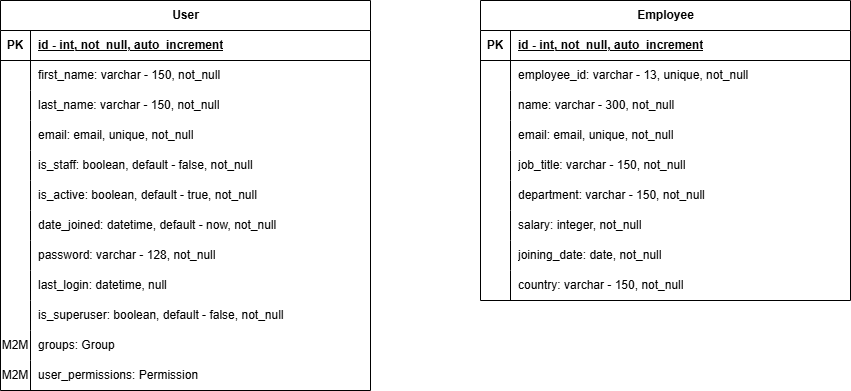
This is docs/ER Diagram.drawio.png from RaviBhalani/incubyte-salary-management-backend-service, a draw.io export, as it was before one commit. Source tidied: cells renumbered, new cells last; positions are measured from the earlier drawing's top-left corner, leaving out a move shared by most shapes. The source it was exported from:
```xml
<mxGraphModel>
  <root>
    <mxCell id="0" />
    <mxCell id="1" parent="0" />
    <mxCell id="2" value="User" style="shape=table;startSize=30;rowLines=0;fontStyle=1;align=center;html=1;" parent="1" vertex="1">
      <mxGeometry width="370" height="390" as="geometry" />
    </mxCell>
    <mxCell id="3" style="shape=tableRow;horizontal=0;startSize=0;swimlaneHead=0;swimlaneBody=0;fillColor=none;top=0;left=0;right=0;bottom=1;" parent="2" vertex="1">
      <mxGeometry y="30" width="370" height="30" as="geometry" />
    </mxCell>
    <mxCell id="4" value="PK" style="shape=partialRectangle;fillColor=none;top=0;left=0;bottom=0;right=0;fontStyle=1;overflow=hidden;whiteSpace=wrap;html=1;" parent="3" vertex="1">
      <mxGeometry width="30" height="30" as="geometry" />
    </mxCell>
    <mxCell id="5" value="id - int, not_null, auto_increment" style="shape=partialRectangle;fillColor=none;top=0;left=0;bottom=0;right=0;align=left;spacingLeft=6;fontStyle=5;overflow=hidden;whiteSpace=wrap;html=1;" parent="3" vertex="1">
      <mxGeometry x="30" width="340" height="30" as="geometry" />
    </mxCell>
    <mxCell id="6" style="shape=tableRow;horizontal=0;startSize=0;swimlaneHead=0;swimlaneBody=0;fillColor=none;top=0;left=0;right=0;bottom=0;" parent="2" vertex="1">
      <mxGeometry y="60" width="370" height="30" as="geometry" />
    </mxCell>
    <mxCell id="7" style="shape=partialRectangle;fillColor=none;top=0;left=0;bottom=0;right=0;overflow=hidden;whiteSpace=wrap;html=1;" parent="6" vertex="1">
      <mxGeometry width="30" height="30" as="geometry" />
    </mxCell>
    <mxCell id="8" value="&lt;span style=&quot;text-wrap-mode: nowrap;&quot;&gt;first_name: varchar - 150, not_null&lt;/span&gt;" style="shape=partialRectangle;fillColor=none;top=0;left=0;bottom=0;right=0;align=left;spacingLeft=6;overflow=hidden;whiteSpace=wrap;html=1;" parent="6" vertex="1">
      <mxGeometry x="30" width="340" height="30" as="geometry" />
    </mxCell>
    <mxCell id="9" style="shape=tableRow;horizontal=0;startSize=0;swimlaneHead=0;swimlaneBody=0;fillColor=none;top=0;left=0;right=0;bottom=0;" parent="2" vertex="1">
      <mxGeometry y="90" width="370" height="30" as="geometry" />
    </mxCell>
    <mxCell id="10" style="shape=partialRectangle;fillColor=none;top=0;left=0;bottom=0;right=0;overflow=hidden;whiteSpace=wrap;html=1;" parent="9" vertex="1">
      <mxGeometry width="30" height="30" as="geometry" />
    </mxCell>
    <mxCell id="11" value="&lt;span style=&quot;text-wrap-mode: nowrap;&quot;&gt;last_name: varchar - 150, not_null&lt;/span&gt;" style="shape=partialRectangle;fillColor=none;top=0;left=0;bottom=0;right=0;align=left;spacingLeft=6;overflow=hidden;whiteSpace=wrap;html=1;" parent="9" vertex="1">
      <mxGeometry x="30" width="340" height="30" as="geometry" />
    </mxCell>
    <mxCell id="12" style="shape=tableRow;horizontal=0;startSize=0;swimlaneHead=0;swimlaneBody=0;fillColor=none;top=0;left=0;right=0;bottom=0;" parent="2" vertex="1">
      <mxGeometry y="120" width="370" height="30" as="geometry" />
    </mxCell>
    <mxCell id="13" style="shape=partialRectangle;fillColor=none;top=0;left=0;bottom=0;right=0;overflow=hidden;whiteSpace=wrap;html=1;" parent="12" vertex="1">
      <mxGeometry width="30" height="30" as="geometry" />
    </mxCell>
    <mxCell id="14" value="&lt;span style=&quot;text-wrap-mode: nowrap;&quot;&gt;email: email, unique, not_null&lt;/span&gt;" style="shape=partialRectangle;fillColor=none;top=0;left=0;bottom=0;right=0;align=left;spacingLeft=6;overflow=hidden;whiteSpace=wrap;html=1;" parent="12" vertex="1">
      <mxGeometry x="30" width="340" height="30" as="geometry" />
    </mxCell>
    <mxCell id="15" style="shape=tableRow;horizontal=0;startSize=0;swimlaneHead=0;swimlaneBody=0;fillColor=none;top=0;left=0;right=0;bottom=0;" parent="2" vertex="1">
      <mxGeometry y="150" width="370" height="30" as="geometry" />
    </mxCell>
    <mxCell id="16" style="shape=partialRectangle;fillColor=none;top=0;left=0;bottom=0;right=0;overflow=hidden;whiteSpace=wrap;html=1;" parent="15" vertex="1">
      <mxGeometry width="30" height="30" as="geometry" />
    </mxCell>
    <mxCell id="17" value="is_staff: boolean, default - false, not_null" style="shape=partialRectangle;fillColor=none;top=0;left=0;bottom=0;right=0;align=left;spacingLeft=6;overflow=hidden;whiteSpace=wrap;html=1;" parent="15" vertex="1">
      <mxGeometry x="30" width="340" height="30" as="geometry" />
    </mxCell>
    <mxCell id="18" style="shape=tableRow;horizontal=0;startSize=0;swimlaneHead=0;swimlaneBody=0;fillColor=none;top=0;left=0;right=0;bottom=0;" parent="2" vertex="1">
      <mxGeometry y="180" width="370" height="30" as="geometry" />
    </mxCell>
    <mxCell id="19" style="shape=partialRectangle;fillColor=none;top=0;left=0;bottom=0;right=0;overflow=hidden;whiteSpace=wrap;html=1;" parent="18" vertex="1">
      <mxGeometry width="30" height="30" as="geometry" />
    </mxCell>
    <mxCell id="20" value="is_active: boolean, default - true, not_null" style="shape=partialRectangle;fillColor=none;top=0;left=0;bottom=0;right=0;align=left;spacingLeft=6;overflow=hidden;whiteSpace=wrap;html=1;" parent="18" vertex="1">
      <mxGeometry x="30" width="340" height="30" as="geometry" />
    </mxCell>
    <mxCell id="21" style="shape=tableRow;horizontal=0;startSize=0;swimlaneHead=0;swimlaneBody=0;fillColor=none;top=0;left=0;right=0;bottom=0;" parent="2" vertex="1">
      <mxGeometry y="210" width="370" height="30" as="geometry" />
    </mxCell>
    <mxCell id="22" style="shape=partialRectangle;fillColor=none;top=0;left=0;bottom=0;right=0;overflow=hidden;whiteSpace=wrap;html=1;" parent="21" vertex="1">
      <mxGeometry width="30" height="30" as="geometry" />
    </mxCell>
    <mxCell id="23" value="date_joined: datetime, default - now, not_null" style="shape=partialRectangle;fillColor=none;top=0;left=0;bottom=0;right=0;align=left;spacingLeft=6;overflow=hidden;whiteSpace=wrap;html=1;" parent="21" vertex="1">
      <mxGeometry x="30" width="340" height="30" as="geometry" />
    </mxCell>
    <mxCell id="24" style="shape=tableRow;horizontal=0;startSize=0;swimlaneHead=0;swimlaneBody=0;fillColor=none;top=0;left=0;right=0;bottom=0;" parent="2" vertex="1">
      <mxGeometry y="240" width="370" height="30" as="geometry" />
    </mxCell>
    <mxCell id="25" style="shape=partialRectangle;fillColor=none;top=0;left=0;bottom=0;right=0;overflow=hidden;whiteSpace=wrap;html=1;" parent="24" vertex="1">
      <mxGeometry width="30" height="30" as="geometry" />
    </mxCell>
    <mxCell id="26" value="password: varchar - 128, not_null" style="shape=partialRectangle;fillColor=none;top=0;left=0;bottom=0;right=0;align=left;spacingLeft=6;overflow=hidden;whiteSpace=wrap;html=1;" parent="24" vertex="1">
      <mxGeometry x="30" width="340" height="30" as="geometry" />
    </mxCell>
    <mxCell id="27" style="shape=tableRow;horizontal=0;startSize=0;swimlaneHead=0;swimlaneBody=0;fillColor=none;top=0;left=0;right=0;bottom=0;" parent="2" vertex="1">
      <mxGeometry y="270" width="370" height="30" as="geometry" />
    </mxCell>
    <mxCell id="28" style="shape=partialRectangle;fillColor=none;top=0;left=0;bottom=0;right=0;overflow=hidden;whiteSpace=wrap;html=1;" parent="27" vertex="1">
      <mxGeometry width="30" height="30" as="geometry" />
    </mxCell>
    <mxCell id="29" value="last_login: datetime, null" style="shape=partialRectangle;fillColor=none;top=0;left=0;bottom=0;right=0;align=left;spacingLeft=6;overflow=hidden;whiteSpace=wrap;html=1;" parent="27" vertex="1">
      <mxGeometry x="30" width="340" height="30" as="geometry" />
    </mxCell>
    <mxCell id="30" style="shape=tableRow;horizontal=0;startSize=0;swimlaneHead=0;swimlaneBody=0;fillColor=none;top=0;left=0;right=0;bottom=0;" parent="2" vertex="1">
      <mxGeometry y="300" width="370" height="30" as="geometry" />
    </mxCell>
    <mxCell id="31" style="shape=partialRectangle;fillColor=none;top=0;left=0;bottom=0;right=0;overflow=hidden;whiteSpace=wrap;html=1;" parent="30" vertex="1">
      <mxGeometry width="30" height="30" as="geometry" />
    </mxCell>
    <mxCell id="32" value="is_superuser: boolean, default - false, not_null" style="shape=partialRectangle;fillColor=none;top=0;left=0;bottom=0;right=0;align=left;spacingLeft=6;overflow=hidden;whiteSpace=wrap;html=1;" parent="30" vertex="1">
      <mxGeometry x="30" width="340" height="30" as="geometry" />
    </mxCell>
    <mxCell id="33" style="shape=tableRow;horizontal=0;startSize=0;swimlaneHead=0;swimlaneBody=0;fillColor=none;top=0;left=0;right=0;bottom=0;" parent="2" vertex="1">
      <mxGeometry y="330" width="370" height="30" as="geometry" />
    </mxCell>
    <mxCell id="34" value="M2M" style="shape=partialRectangle;fillColor=none;top=0;left=0;bottom=0;right=0;overflow=hidden;whiteSpace=wrap;html=1;" parent="33" vertex="1">
      <mxGeometry width="30" height="30" as="geometry" />
    </mxCell>
    <mxCell id="35" value="groups: Group" style="shape=partialRectangle;fillColor=none;top=0;left=0;bottom=0;right=0;align=left;spacingLeft=6;overflow=hidden;whiteSpace=wrap;html=1;" parent="33" vertex="1">
      <mxGeometry x="30" width="340" height="30" as="geometry" />
    </mxCell>
    <mxCell id="36" style="shape=tableRow;horizontal=0;startSize=0;swimlaneHead=0;swimlaneBody=0;fillColor=none;top=0;left=0;right=0;bottom=0;" parent="2" vertex="1">
      <mxGeometry y="360" width="370" height="30" as="geometry" />
    </mxCell>
    <mxCell id="37" value="M2M" style="shape=partialRectangle;fillColor=none;top=0;left=0;bottom=0;right=0;overflow=hidden;whiteSpace=wrap;html=1;" parent="36" vertex="1">
      <mxGeometry width="30" height="30" as="geometry" />
    </mxCell>
    <mxCell id="38" value="user_permissions: Permission" style="shape=partialRectangle;fillColor=none;top=0;left=0;bottom=0;right=0;align=left;spacingLeft=6;overflow=hidden;whiteSpace=wrap;html=1;" parent="36" vertex="1">
      <mxGeometry x="30" width="340" height="30" as="geometry" />
    </mxCell>
    <mxCell id="39" value="Employee" style="shape=table;startSize=30;rowLines=0;fontStyle=1;align=center;html=1;" parent="1" vertex="1">
      <mxGeometry x="480" width="370" height="300" as="geometry" />
    </mxCell>
    <mxCell id="40" style="shape=tableRow;horizontal=0;startSize=0;swimlaneHead=0;swimlaneBody=0;fillColor=none;top=0;left=0;right=0;bottom=1;" parent="39" vertex="1">
      <mxGeometry y="30" width="370" height="30" as="geometry" />
    </mxCell>
    <mxCell id="41" value="PK" style="shape=partialRectangle;fillColor=none;top=0;left=0;bottom=0;right=0;fontStyle=1;overflow=hidden;whiteSpace=wrap;html=1;" parent="40" vertex="1">
      <mxGeometry width="30" height="30" as="geometry" />
    </mxCell>
    <mxCell id="42" value="id - int, not_null, auto_increment" style="shape=partialRectangle;fillColor=none;top=0;left=0;bottom=0;right=0;align=left;spacingLeft=6;fontStyle=5;overflow=hidden;whiteSpace=wrap;html=1;" parent="40" vertex="1">
      <mxGeometry x="30" width="340" height="30" as="geometry" />
    </mxCell>
    <mxCell id="43" style="shape=tableRow;horizontal=0;startSize=0;swimlaneHead=0;swimlaneBody=0;fillColor=none;top=0;left=0;right=0;bottom=0;" parent="39" vertex="1">
      <mxGeometry y="60" width="370" height="30" as="geometry" />
    </mxCell>
    <mxCell id="44" style="shape=partialRectangle;fillColor=none;top=0;left=0;bottom=0;right=0;overflow=hidden;whiteSpace=wrap;html=1;" parent="43" vertex="1">
      <mxGeometry width="30" height="30" as="geometry" />
    </mxCell>
    <mxCell id="45" value="&lt;span style=&quot;text-wrap-mode: nowrap;&quot;&gt;employee_id: varchar - 13, unique, not_null&lt;/span&gt;" style="shape=partialRectangle;fillColor=none;top=0;left=0;bottom=0;right=0;align=left;spacingLeft=6;overflow=hidden;whiteSpace=wrap;html=1;" parent="43" vertex="1">
      <mxGeometry x="30" width="340" height="30" as="geometry" />
    </mxCell>
    <mxCell id="46" style="shape=tableRow;horizontal=0;startSize=0;swimlaneHead=0;swimlaneBody=0;fillColor=none;top=0;left=0;right=0;bottom=0;" parent="39" vertex="1">
      <mxGeometry y="90" width="370" height="30" as="geometry" />
    </mxCell>
    <mxCell id="47" style="shape=partialRectangle;fillColor=none;top=0;left=0;bottom=0;right=0;overflow=hidden;whiteSpace=wrap;html=1;" parent="46" vertex="1">
      <mxGeometry width="30" height="30" as="geometry" />
    </mxCell>
    <mxCell id="48" value="&lt;span style=&quot;text-wrap-mode: nowrap;&quot;&gt;name: varchar - 300, not_null&lt;/span&gt;" style="shape=partialRectangle;fillColor=none;top=0;left=0;bottom=0;right=0;align=left;spacingLeft=6;overflow=hidden;whiteSpace=wrap;html=1;" parent="46" vertex="1">
      <mxGeometry x="30" width="340" height="30" as="geometry" />
    </mxCell>
    <mxCell id="49" style="shape=tableRow;horizontal=0;startSize=0;swimlaneHead=0;swimlaneBody=0;fillColor=none;top=0;left=0;right=0;bottom=0;" parent="39" vertex="1">
      <mxGeometry y="120" width="370" height="30" as="geometry" />
    </mxCell>
    <mxCell id="50" style="shape=partialRectangle;fillColor=none;top=0;left=0;bottom=0;right=0;overflow=hidden;whiteSpace=wrap;html=1;" parent="49" vertex="1">
      <mxGeometry width="30" height="30" as="geometry" />
    </mxCell>
    <mxCell id="51" value="&lt;span style=&quot;text-wrap-mode: nowrap;&quot;&gt;email: email, unique, not_null&lt;/span&gt;" style="shape=partialRectangle;fillColor=none;top=0;left=0;bottom=0;right=0;align=left;spacingLeft=6;overflow=hidden;whiteSpace=wrap;html=1;" parent="49" vertex="1">
      <mxGeometry x="30" width="340" height="30" as="geometry" />
    </mxCell>
    <mxCell id="52" style="shape=tableRow;horizontal=0;startSize=0;swimlaneHead=0;swimlaneBody=0;fillColor=none;top=0;left=0;right=0;bottom=0;" parent="39" vertex="1">
      <mxGeometry y="150" width="370" height="30" as="geometry" />
    </mxCell>
    <mxCell id="53" style="shape=partialRectangle;fillColor=none;top=0;left=0;bottom=0;right=0;overflow=hidden;whiteSpace=wrap;html=1;" parent="52" vertex="1">
      <mxGeometry width="30" height="30" as="geometry" />
    </mxCell>
    <mxCell id="54" value="job_title: varchar - 150, not_null" style="shape=partialRectangle;fillColor=none;top=0;left=0;bottom=0;right=0;align=left;spacingLeft=6;overflow=hidden;whiteSpace=wrap;html=1;" parent="52" vertex="1">
      <mxGeometry x="30" width="340" height="30" as="geometry" />
    </mxCell>
    <mxCell id="55" style="shape=tableRow;horizontal=0;startSize=0;swimlaneHead=0;swimlaneBody=0;fillColor=none;top=0;left=0;right=0;bottom=0;" parent="39" vertex="1">
      <mxGeometry y="180" width="370" height="30" as="geometry" />
    </mxCell>
    <mxCell id="56" style="shape=partialRectangle;fillColor=none;top=0;left=0;bottom=0;right=0;overflow=hidden;whiteSpace=wrap;html=1;" parent="55" vertex="1">
      <mxGeometry width="30" height="30" as="geometry" />
    </mxCell>
    <mxCell id="57" value="department: varchar - 150, not_null" style="shape=partialRectangle;fillColor=none;top=0;left=0;bottom=0;right=0;align=left;spacingLeft=6;overflow=hidden;whiteSpace=wrap;html=1;" parent="55" vertex="1">
      <mxGeometry x="30" width="340" height="30" as="geometry" />
    </mxCell>
    <mxCell id="58" style="shape=tableRow;horizontal=0;startSize=0;swimlaneHead=0;swimlaneBody=0;fillColor=none;top=0;left=0;right=0;bottom=0;" parent="39" vertex="1">
      <mxGeometry y="210" width="370" height="30" as="geometry" />
    </mxCell>
    <mxCell id="59" style="shape=partialRectangle;fillColor=none;top=0;left=0;bottom=0;right=0;overflow=hidden;whiteSpace=wrap;html=1;" parent="58" vertex="1">
      <mxGeometry width="30" height="30" as="geometry" />
    </mxCell>
    <mxCell id="60" value="salary: integer, not_null" style="shape=partialRectangle;fillColor=none;top=0;left=0;bottom=0;right=0;align=left;spacingLeft=6;overflow=hidden;whiteSpace=wrap;html=1;" parent="58" vertex="1">
      <mxGeometry x="30" width="340" height="30" as="geometry" />
    </mxCell>
    <mxCell id="61" style="shape=tableRow;horizontal=0;startSize=0;swimlaneHead=0;swimlaneBody=0;fillColor=none;top=0;left=0;right=0;bottom=0;" parent="39" vertex="1">
      <mxGeometry y="240" width="370" height="30" as="geometry" />
    </mxCell>
    <mxCell id="62" style="shape=partialRectangle;fillColor=none;top=0;left=0;bottom=0;right=0;overflow=hidden;whiteSpace=wrap;html=1;" parent="61" vertex="1">
      <mxGeometry width="30" height="30" as="geometry" />
    </mxCell>
    <mxCell id="63" value="joining_date: date, not_null" style="shape=partialRectangle;fillColor=none;top=0;left=0;bottom=0;right=0;align=left;spacingLeft=6;overflow=hidden;whiteSpace=wrap;html=1;" parent="61" vertex="1">
      <mxGeometry x="30" width="340" height="30" as="geometry" />
    </mxCell>
    <mxCell id="64" style="shape=tableRow;horizontal=0;startSize=0;swimlaneHead=0;swimlaneBody=0;fillColor=none;top=0;left=0;right=0;bottom=0;" parent="39" vertex="1">
      <mxGeometry y="270" width="370" height="30" as="geometry" />
    </mxCell>
    <mxCell id="65" style="shape=partialRectangle;fillColor=none;top=0;left=0;bottom=0;right=0;overflow=hidden;whiteSpace=wrap;html=1;" parent="64" vertex="1">
      <mxGeometry width="30" height="30" as="geometry" />
    </mxCell>
    <mxCell id="66" value="country: varchar - 150, not_null" style="shape=partialRectangle;fillColor=none;top=0;left=0;bottom=0;right=0;align=left;spacingLeft=6;overflow=hidden;whiteSpace=wrap;html=1;" parent="64" vertex="1">
      <mxGeometry x="30" width="340" height="30" as="geometry" />
    </mxCell>
  </root>
</mxGraphModel>
```
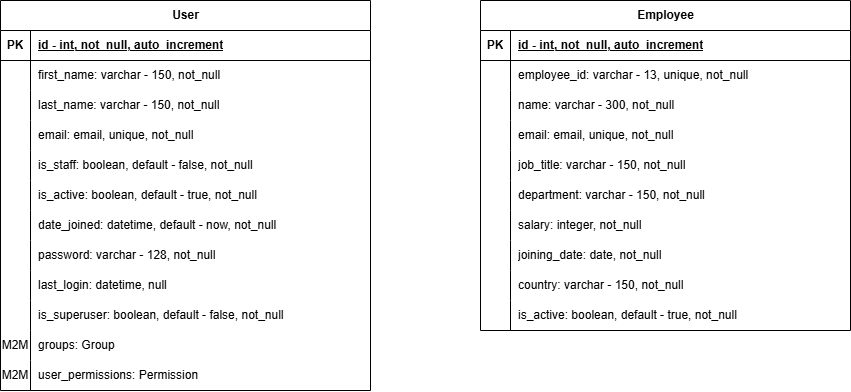
The same file after the commit.

Commit message:
feature/employee-crud

[+] Add updated ER diagram containing is_active field for soft deletion for employee model.

What changed in the source:
```diff
@@ -114,7 +114,7 @@
       <mxGeometry x="30" width="340" height="30" as="geometry" />
     </mxCell>
     <mxCell id="39" value="Employee" style="shape=table;startSize=30;rowLines=0;fontStyle=1;align=center;html=1;" parent="1" vertex="1">
-      <mxGeometry x="480" width="370" height="300" as="geometry" />
+      <mxGeometry x="480" width="370" height="330" as="geometry" />
     </mxCell>
     <mxCell id="40" style="shape=tableRow;horizontal=0;startSize=0;swimlaneHead=0;swimlaneBody=0;fillColor=none;top=0;left=0;right=0;bottom=1;" parent="39" vertex="1">
       <mxGeometry y="30" width="370" height="30" as="geometry" />
@@ -197,5 +197,14 @@
     <mxCell id="66" value="country: varchar - 150, not_null" style="shape=partialRectangle;fillColor=none;top=0;left=0;bottom=0;right=0;align=left;spacingLeft=6;overflow=hidden;whiteSpace=wrap;html=1;" parent="64" vertex="1">
       <mxGeometry x="30" width="340" height="30" as="geometry" />
     </mxCell>
+    <mxCell id="67" style="shape=tableRow;horizontal=0;startSize=0;swimlaneHead=0;swimlaneBody=0;fillColor=none;top=0;left=0;right=0;bottom=0;" parent="39" vertex="1">
+      <mxGeometry y="300" width="370" height="30" as="geometry" />
+    </mxCell>
+    <mxCell id="68" style="shape=partialRectangle;fillColor=none;top=0;left=0;bottom=0;right=0;overflow=hidden;whiteSpace=wrap;html=1;" parent="67" vertex="1">
+      <mxGeometry width="30" height="30" as="geometry" />
+    </mxCell>
+    <mxCell id="69" value="is_active: boolean, default - true, not_null" style="shape=partialRectangle;fillColor=none;top=0;left=0;bottom=0;right=0;align=left;spacingLeft=6;overflow=hidden;whiteSpace=wrap;html=1;" parent="67" vertex="1">
+      <mxGeometry x="30" width="340" height="30" as="geometry" />
+    </mxCell>
   </root>
 </mxGraphModel>
```
